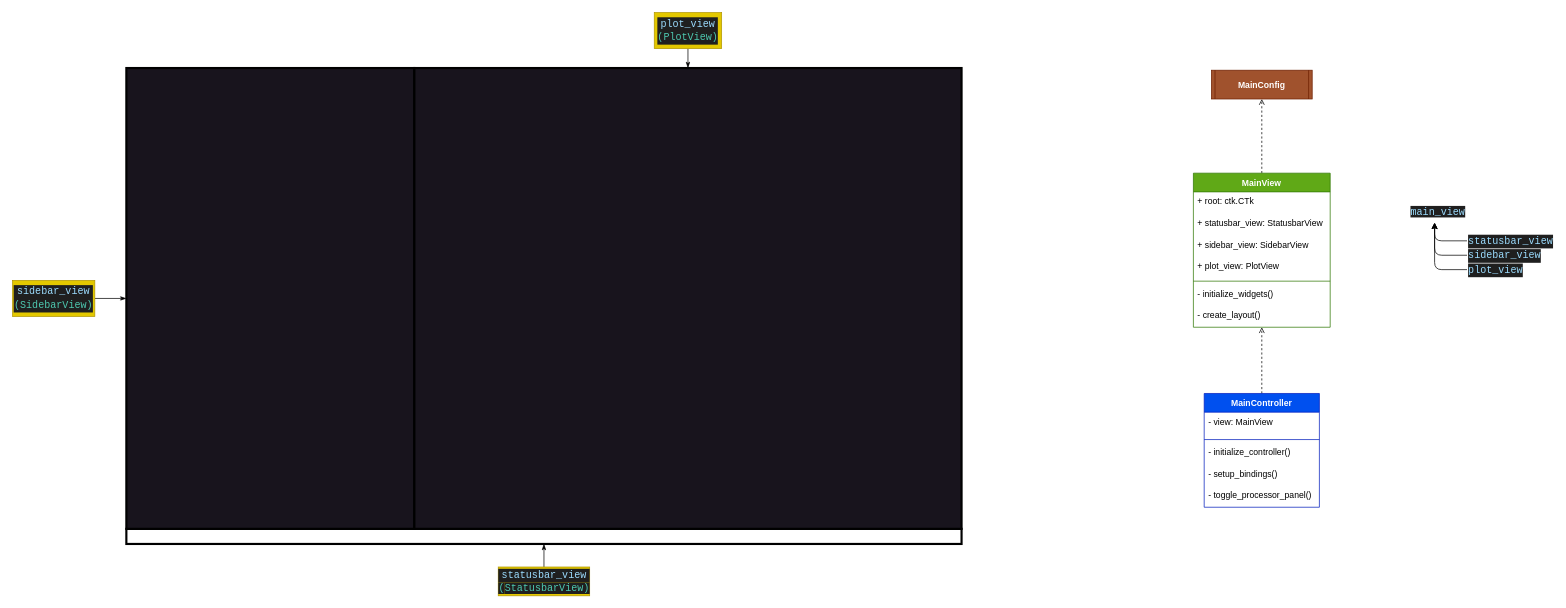
Above: documentation/main_ui.drawio in SamerKharabish/CSVision (draw.io), before the change. Source tidied: cells renumbered, new cells numbered last; positions are measured from the earlier drawing's top-left corner, leaving out a move shared by most shapes. Both pictures are drawn from the tidied source at 72%, with x=0, y=0 at pixel (12, 12).
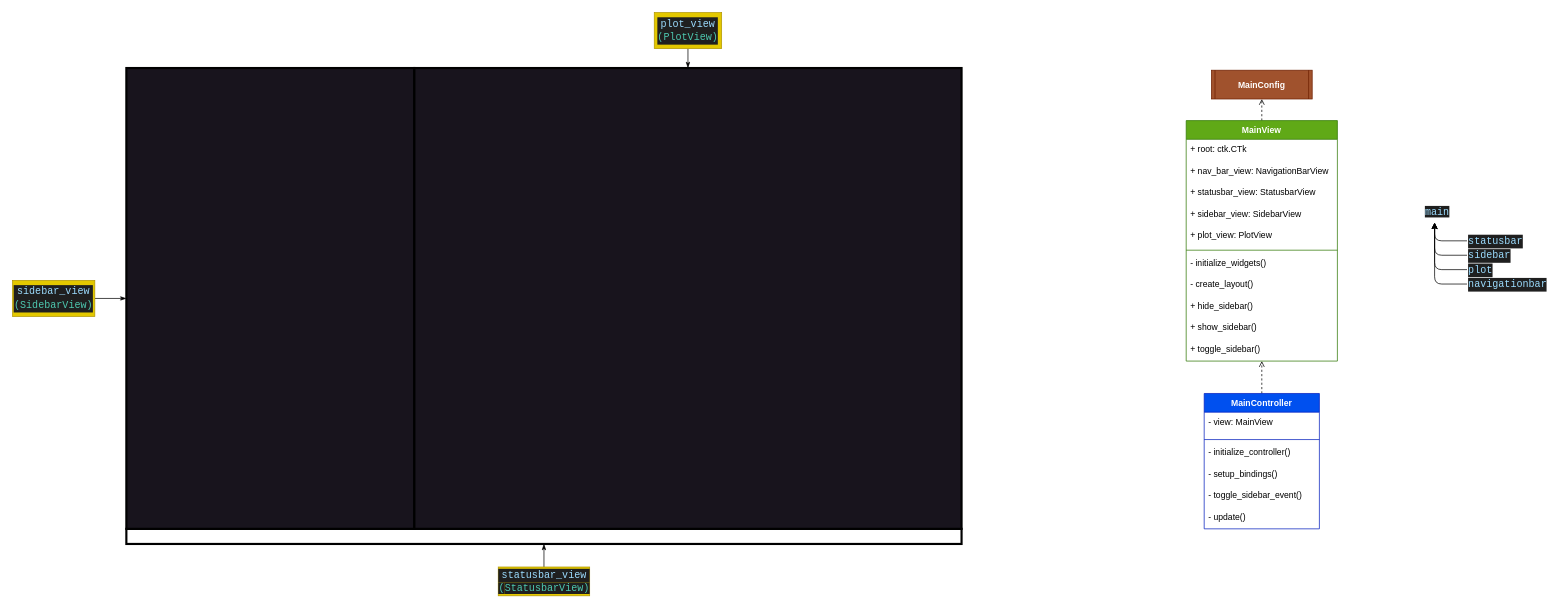
The same diagram, later.

Commit message (it also covers changes not shown here):
main_view, main_controller, main_config, main_ui

The edit, as a diff of the source:
```diff
@@
-    <mxCell id="12" value="&lt;span style=&quot;color: rgb(156, 220, 254); font-family: Consolas, &amp;quot;Courier New&amp;quot;, monospace; font-size: 14px; text-align: center; background-color: rgb(31, 31, 31);&quot;&gt;main_view&lt;/span&gt;" style="text;whiteSpace=wrap;html=1;" parent="1" vertex="1">
-      <mxGeometry x="1940" y="262" width="70" height="30" as="geometry" />
+    <mxCell id="12" value="&lt;span style=&quot;color: rgb(156, 220, 254); font-family: Consolas, &amp;quot;Courier New&amp;quot;, monospace; font-size: 14px; text-align: center; background-color: rgb(31, 31, 31);&quot;&gt;main&lt;/span&gt;" style="text;whiteSpace=wrap;html=1;" parent="1" vertex="1">
+      <mxGeometry x="1960" y="262" width="30" height="30" as="geometry" />
     </mxCell>
@@
-    <mxCell id="14" value="&lt;div style=&quot;color: rgb(204, 204, 204); background-color: rgb(31, 31, 31); font-family: Consolas, &amp;quot;Courier New&amp;quot;, monospace; font-size: 14px; line-height: 19px;&quot;&gt;&lt;span style=&quot;color: #9cdcfe;&quot;&gt;statusbar_view&lt;/span&gt;&lt;/div&gt;" style="text;whiteSpace=wrap;html=1;" parent="1" vertex="1">
-      <mxGeometry x="2020" y="302" width="120" height="30" as="geometry" />
+    <mxCell id="14" value="&lt;div style=&quot;color: rgb(204, 204, 204); background-color: rgb(31, 31, 31); font-family: Consolas, &amp;quot;Courier New&amp;quot;, monospace; font-size: 14px; line-height: 19px;&quot;&gt;&lt;span style=&quot;color: #9cdcfe;&quot;&gt;statusbar&lt;/span&gt;&lt;/div&gt;" style="text;whiteSpace=wrap;html=1;" parent="1" vertex="1">
+      <mxGeometry x="2020" y="302" width="70" height="30" as="geometry" />
     </mxCell>
@@
-    <mxCell id="16" value="&lt;div style=&quot;color: rgb(204, 204, 204); background-color: rgb(31, 31, 31); font-family: Consolas, &amp;quot;Courier New&amp;quot;, monospace; font-weight: normal; font-size: 14px; line-height: 19px;&quot;&gt;&lt;div&gt;&lt;span style=&quot;color: #9cdcfe;&quot;&gt;sidebar_view&lt;/span&gt;&lt;/div&gt;&lt;/div&gt;" style="text;whiteSpace=wrap;html=1;" parent="1" vertex="1">
-      <mxGeometry x="2020" y="322" width="100" height="30" as="geometry" />
+    <mxCell id="16" value="&lt;div style=&quot;color: rgb(204, 204, 204); background-color: rgb(31, 31, 31); font-family: Consolas, &amp;quot;Courier New&amp;quot;, monospace; font-weight: normal; font-size: 14px; line-height: 19px;&quot;&gt;&lt;div&gt;&lt;span style=&quot;color: #9cdcfe;&quot;&gt;sidebar&lt;/span&gt;&lt;/div&gt;&lt;/div&gt;" style="text;whiteSpace=wrap;html=1;" parent="1" vertex="1">
+      <mxGeometry x="2020" y="322" width="60" height="30" as="geometry" />
     </mxCell>
@@
-    <mxCell id="18" value="&lt;div style=&quot;color: rgb(204, 204, 204); background-color: rgb(31, 31, 31); font-family: Consolas, &amp;quot;Courier New&amp;quot;, monospace; font-weight: normal; font-size: 14px; line-height: 19px;&quot;&gt;&lt;div&gt;&lt;span style=&quot;color: #9cdcfe;&quot;&gt;plot_view&lt;/span&gt;&lt;/div&gt;&lt;/div&gt;" style="text;whiteSpace=wrap;html=1;" parent="1" vertex="1">
-      <mxGeometry x="2020" y="342" width="70" height="30" as="geometry" />
+    <mxCell id="18" value="&lt;div style=&quot;color: rgb(204, 204, 204); background-color: rgb(31, 31, 31); font-family: Consolas, &amp;quot;Courier New&amp;quot;, monospace; font-weight: normal; font-size: 14px; line-height: 19px;&quot;&gt;&lt;div&gt;&lt;span style=&quot;color: #9cdcfe;&quot;&gt;plot&lt;/span&gt;&lt;/div&gt;&lt;/div&gt;" style="text;whiteSpace=wrap;html=1;" parent="1" vertex="1">
+      <mxGeometry x="2020" y="342" width="40" height="30" as="geometry" />
     </mxCell>
@@
     <mxCell id="20" value="MainController" style="swimlane;fontStyle=1;align=center;verticalAlign=top;horizontal=1;startSize=26;rounded=0;fillColor=#0050ef;fontColor=#ffffff;strokeColor=#001DBC;" parent="1" vertex="1">
-      <mxGeometry x="1655" y="529" width="160" height="158" as="geometry" />
+      <mxGeometry x="1655" y="529" width="160" height="188" as="geometry" />
     </mxCell>
@@
-    <mxCell id="25" value="- toggle_processor_panel()" style="text;strokeColor=none;fillColor=none;align=left;verticalAlign=top;spacingLeft=4;spacingRight=4;overflow=hidden;rounded=0;" parent="20" vertex="1">
+    <mxCell id="25" value="- toggle_sidebar_event()" style="text;strokeColor=none;fillColor=none;align=left;verticalAlign=top;spacingLeft=4;spacingRight=4;overflow=hidden;rounded=0;" parent="20" vertex="1">
       <mxGeometry y="128" width="160" height="30" as="geometry" />
     </mxCell>
+    <mxCell id="36" value="- update()" style="text;strokeColor=none;fillColor=none;align=left;verticalAlign=top;spacingLeft=4;spacingRight=4;overflow=hidden;rounded=0;" parent="20" vertex="1">
+      <mxGeometry y="158" width="160" height="30" as="geometry" />
+    </mxCell>
@@
     <mxCell id="27" value="MainView" style="swimlane;fontStyle=1;align=center;verticalAlign=top;horizontal=1;startSize=26;rounded=0;fillColor=#60a917;fontColor=#ffffff;strokeColor=#2D7600;" parent="1" vertex="1">
-      <mxGeometry x="1640" y="223" width="190" height="214" as="geometry" />
+      <mxGeometry x="1630" y="150" width="210" height="334" as="geometry" />
     </mxCell>
     <mxCell id="28" value="+ root: ctk.CTk" style="text;strokeColor=none;fillColor=none;align=left;verticalAlign=top;spacingLeft=4;spacingRight=4;overflow=hidden;rounded=0;" parent="27" vertex="1">
-      <mxGeometry y="26" width="190" height="30" as="geometry" />
+      <mxGeometry y="26" width="210" height="30" as="geometry" />
     </mxCell>
+    <mxCell id="37" value="+ nav_bar_view: NavigationBarView" style="text;strokeColor=none;fillColor=none;align=left;verticalAlign=top;spacingLeft=4;spacingRight=4;overflow=hidden;rounded=0;" parent="27" vertex="1">
+      <mxGeometry y="56" width="210" height="30" as="geometry" />
+    </mxCell>
     <mxCell id="29" value="+ statusbar_view: StatusbarView" style="text;strokeColor=none;fillColor=none;align=left;verticalAlign=top;spacingLeft=4;spacingRight=4;overflow=hidden;rounded=0;" parent="27" vertex="1">
-      <mxGeometry y="56" width="190" height="30" as="geometry" />
+      <mxGeometry y="86" width="210" height="30" as="geometry" />
     </mxCell>
     <mxCell id="30" value="+ sidebar_view: SidebarView" style="text;strokeColor=none;fillColor=none;align=left;verticalAlign=top;spacingLeft=4;spacingRight=4;overflow=hidden;rounded=0;" parent="27" vertex="1">
-      <mxGeometry y="86" width="190" height="30" as="geometry" />
+      <mxGeometry y="116" width="210" height="30" as="geometry" />
     </mxCell>
     <mxCell id="31" value="+ plot_view: PlotView" style="text;strokeColor=none;fillColor=none;align=left;verticalAlign=top;spacingLeft=4;spacingRight=4;overflow=hidden;rounded=0;" parent="27" vertex="1">
-      <mxGeometry y="116" width="190" height="30" as="geometry" />
+      <mxGeometry y="146" width="210" height="30" as="geometry" />
     </mxCell>
     <mxCell id="32" style="line;strokeWidth=1;fillColor=none;align=left;verticalAlign=middle;spacingTop=-1;spacingLeft=3;spacingRight=3;labelPosition=right;strokeColor=inherit;rounded=0;" parent="27" vertex="1">
-      <mxGeometry y="146" width="190" height="8" as="geometry" />
+      <mxGeometry y="176" width="210" height="8" as="geometry" />
     </mxCell>
     <mxCell id="33" value="- initialize_widgets()" style="text;strokeColor=none;fillColor=none;align=left;verticalAlign=top;spacingLeft=4;spacingRight=4;overflow=hidden;rounded=0;" parent="27" vertex="1">
-      <mxGeometry y="154" width="190" height="30" as="geometry" />
+      <mxGeometry y="184" width="210" height="30" as="geometry" />
     </mxCell>
+    <mxCell id="38" value="- create_layout()" style="text;strokeColor=none;fillColor=none;align=left;verticalAlign=top;spacingLeft=4;spacingRight=4;overflow=hidden;rounded=0;" parent="27" vertex="1">
+      <mxGeometry y="214" width="210" height="30" as="geometry" />
+    </mxCell>
-    <mxCell id="34" value="- create_layout()" style="text;strokeColor=none;fillColor=none;align=left;verticalAlign=top;spacingLeft=4;spacingRight=4;overflow=hidden;rounded=0;" parent="27" vertex="1">
-      <mxGeometry y="184" width="190" height="30" as="geometry" />
+    <mxCell id="34" value="+ hide_sidebar()" style="text;strokeColor=none;fillColor=none;align=left;verticalAlign=top;spacingLeft=4;spacingRight=4;overflow=hidden;rounded=0;" parent="27" vertex="1">
+      <mxGeometry y="244" width="210" height="30" as="geometry" />
     </mxCell>
+    <mxCell id="39" value="+ show_sidebar()" style="text;strokeColor=none;fillColor=none;align=left;verticalAlign=top;spacingLeft=4;spacingRight=4;overflow=hidden;rounded=0;" parent="27" vertex="1">
+      <mxGeometry y="274" width="210" height="30" as="geometry" />
+    </mxCell>
+    <mxCell id="40" value="+ toggle_sidebar()" style="text;strokeColor=none;fillColor=none;align=left;verticalAlign=top;spacingLeft=4;spacingRight=4;overflow=hidden;rounded=0;" parent="27" vertex="1">
+      <mxGeometry y="304" width="210" height="30" as="geometry" />
+    </mxCell>
@@
+    <mxCell id="41" style="edgeStyle=none;html=1;entryX=0.5;entryY=1;entryDx=0;entryDy=0;" parent="1" edge="1" source="42" target="12">
+      <mxGeometry relative="1" as="geometry">
+        <Array as="points">
+          <mxPoint x="1975" y="377" />
+        </Array>
+      </mxGeometry>
+    </mxCell>
+    <mxCell id="42" value="&lt;div style=&quot;color: rgb(204, 204, 204); background-color: rgb(31, 31, 31); font-family: Consolas, &amp;quot;Courier New&amp;quot;, monospace; font-weight: normal; font-size: 14px; line-height: 19px;&quot;&gt;&lt;div&gt;&lt;span style=&quot;color: #9cdcfe;&quot;&gt;navigationbar&lt;/span&gt;&lt;/div&gt;&lt;/div&gt;" style="text;whiteSpace=wrap;html=1;" parent="1" vertex="1">
+      <mxGeometry x="2020" y="362" width="100" height="30" as="geometry" />
+    </mxCell>
```
